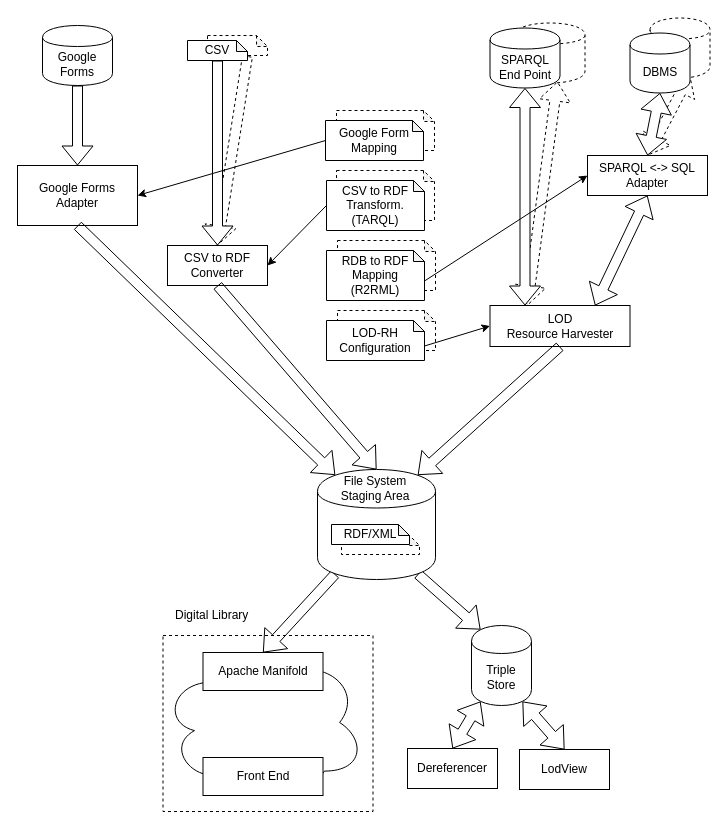
miguel76/ECODIGIT-architecture keeps this draw.io diagram as page "DataFlow Diagram" (1 of 2) of DigitalLibrary/InputAdapters.drawio. Above is the earlier version. Source tidied: cells renumbered, new cells numbered last; positions are measured from the earlier drawing's top-left corner, leaving out a move shared by most shapes. Both pictures are drawn from the tidied source at 100%, with x=0, y=0 at pixel (17, 17).
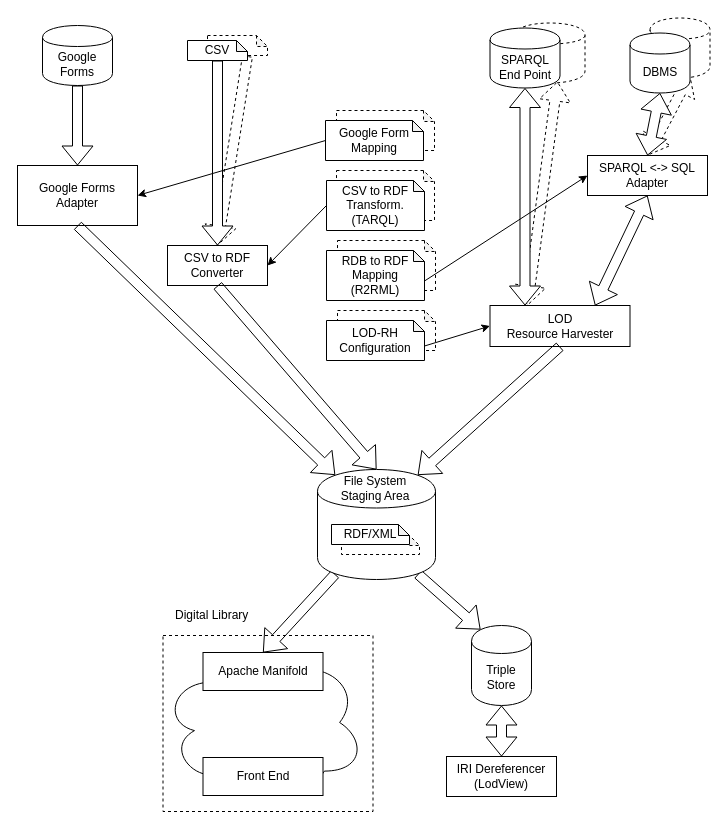
The same page after the edit.

Unchanged cells that the change refers to:
```xml
<mxCell id="6" value="Triple Store" style="shape=cylinder;whiteSpace=wrap;html=1;boundedLbl=1;backgroundOutline=1;" parent="1" vertex="1">
  <mxGeometry x="454" y="608" width="60" height="80" as="geometry" />
</mxCell>
```

Change to the diagram source:
```diff
@@
-    <mxCell id="8" value="Dereferencer" style="rounded=0;whiteSpace=wrap;html=1;fillColor=none;" parent="1" vertex="1">
-      <mxGeometry x="390" y="731" width="90" height="40" as="geometry" />
+    <mxCell id="8" value="IRI Dereferencer&lt;br&gt;(LodView)" style="rounded=0;whiteSpace=wrap;html=1;fillColor=none;" parent="1" vertex="1">
+      <mxGeometry x="429" y="739" width="110" height="40" as="geometry" />
     </mxCell>
-    <mxCell id="9" value="LodView" style="rounded=0;whiteSpace=wrap;html=1;fillColor=none;" parent="1" vertex="1">
-      <mxGeometry x="502" y="732" width="90" height="40" as="geometry" />
-    </mxCell>
@@
-    <mxCell id="24" style="shape=flexArrow;endArrow=classic;startArrow=classic;html=1;entryX=0.15;entryY=0.95;entryDx=0;entryDy=0;entryPerimeter=0;exitX=0.5;exitY=0;exitDx=0;exitDy=0;" parent="1" edge="1" source="8" target="6">
+    <mxCell id="24" style="shape=flexArrow;endArrow=classic;startArrow=classic;html=1;entryX=0.5;entryY=1;entryDx=0;entryDy=0;exitX=0.5;exitY=0;exitDx=0;exitDy=0;" parent="1" edge="1" source="8" target="6">
       <mxGeometry relative="1" as="geometry" />
     </mxCell>
-    <mxCell id="25" style="shape=flexArrow;endArrow=classic;startArrow=classic;html=1;entryX=0.85;entryY=0.95;entryDx=0;entryDy=0;entryPerimeter=0;exitX=0.5;exitY=0;exitDx=0;exitDy=0;" parent="1" edge="1" source="9" target="6">
-      <mxGeometry relative="1" as="geometry" />
-    </mxCell>
```
